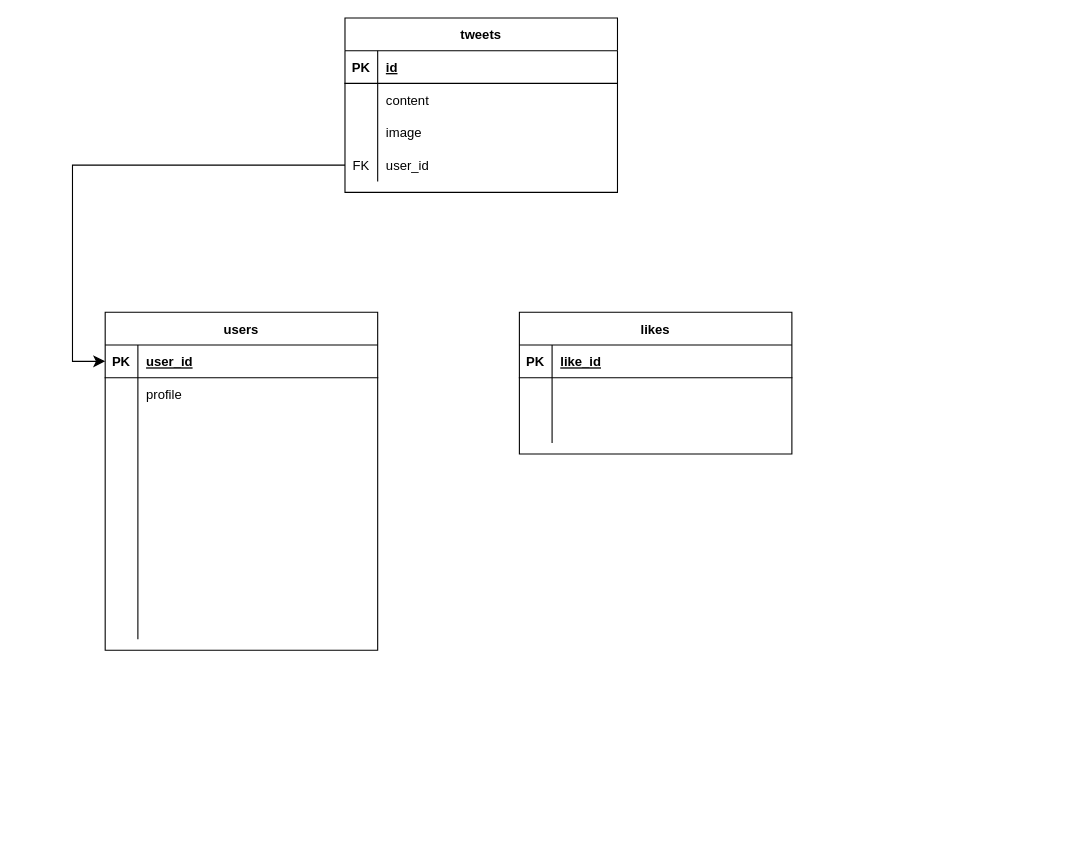
Before: tweet.drawio in Hanakus0/free_repo, a draw.io diagram. Source tidied: cells renumbered, new cells numbered last; positions are measured from the earlier drawing's top-left corner, leaving out a move shared by most shapes. Both pictures are drawn from the tidied source at 109%, with x=0, y=0 at pixel (72, 17).
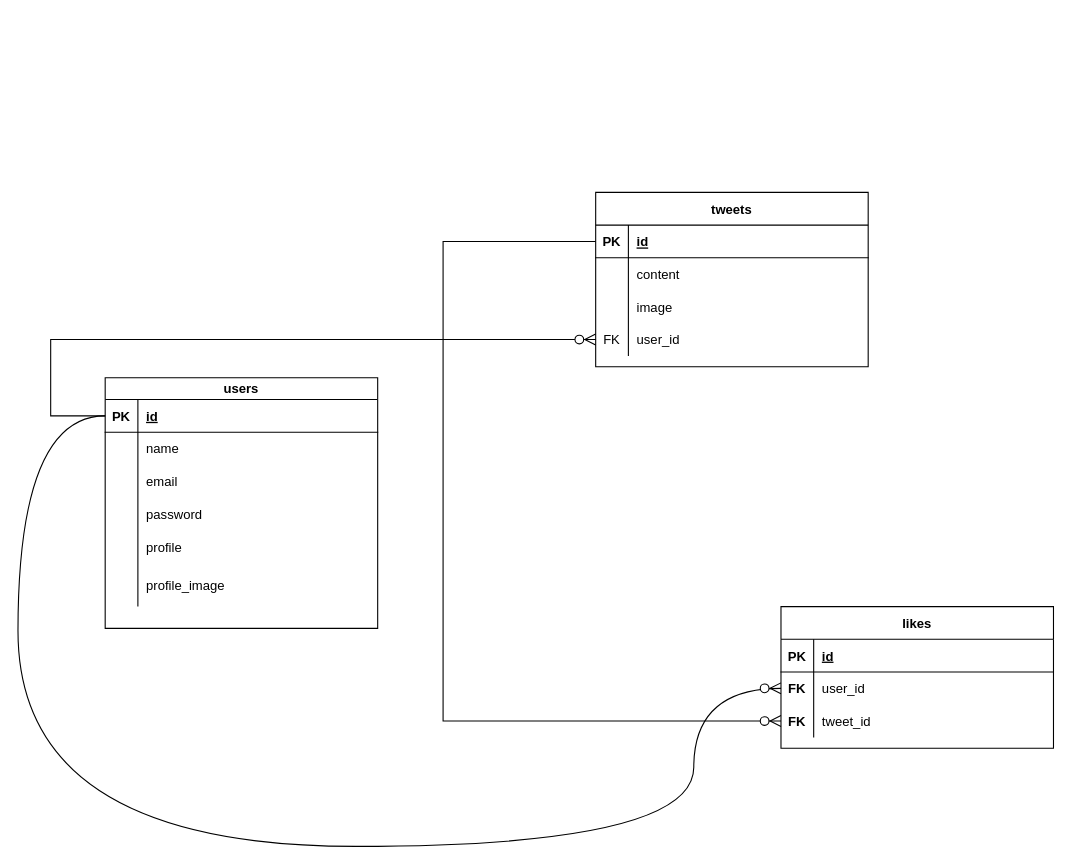
After the change.

Commit message (it also covers changes not shown here):
tweet.drawio を更新します

The change refers to these unchanged cells:
```xml
<mxCell id="3" style="shape=partialRectangle;fillColor=none;points=[[0,0.5],[1,0.5]];portConstraint=eastwest;top=0;left=0;right=0;bottom=1;" parent="2" vertex="1">
  <mxGeometry y="30" width="250" height="30" as="geometry" />
</mxCell>
<mxCell id="12" style="shape=partialRectangle;fillColor=none;points=[[0,0.5],[1,0.5]];portConstraint=eastwest;top=0;left=0;right=0;bottom=0;" parent="2" vertex="1">
  <mxGeometry y="120" width="250" height="30" as="geometry" />
</mxCell>
<mxCell id="44" style="shape=partialRectangle;fillColor=none;points=[[0,0.5],[1,0.5]];portConstraint=eastwest;top=0;left=0;right=0;bottom=1;" parent="43" vertex="1">
  <mxGeometry y="30" width="250" height="30" as="geometry" />
</mxCell>
<mxCell id="47" style="shape=partialRectangle;fillColor=none;points=[[0,0.5],[1,0.5]];portConstraint=eastwest;top=0;left=0;right=0;bottom=0;" parent="43" vertex="1">
  <mxGeometry y="60" width="250" height="30" as="geometry" />
</mxCell>
<mxCell id="50" style="shape=partialRectangle;fillColor=none;points=[[0,0.5],[1,0.5]];portConstraint=eastwest;top=0;left=0;right=0;bottom=0;" parent="43" vertex="1">
  <mxGeometry y="90" width="250" height="30" as="geometry" />
</mxCell>
```

The edit, as a diff of the source:
```diff
@@
     <mxCell id="2" value="tweets" style="shape=table;startSize=30;childLayout=tableLayout;rowLines=0;fontStyle=1;align=center;" parent="1" vertex="1">
-      <mxGeometry x="250" width="250" height="160" as="geometry" />
+      <mxGeometry x="480" y="160" width="250" height="160" as="geometry" />
     </mxCell>
@@
-    <mxCell id="15" value="users" style="shape=table;startSize=30;childLayout=tableLayout;rowLines=0;fontStyle=1;align=center;" parent="1" vertex="1">
-      <mxGeometry x="30" y="270" width="250" height="310" as="geometry" />
+    <mxCell id="15" value="users" style="shape=table;startSize=20;childLayout=tableLayout;rowLines=0;fontStyle=1;align=center;" parent="1" vertex="1">
+      <mxGeometry x="30" y="330" width="250" height="230" as="geometry" />
     </mxCell>
-    <mxCell id="16" style="shape=partialRectangle;fillColor=none;points=[[0,0.5],[1,0.5]];portConstraint=eastwest;top=0;left=0;right=0;bottom=1;" parent="15" vertex="1">
-      <mxGeometry y="30" width="250" height="30" as="geometry" />
-    </mxCell>
+    <mxCell id="55" style="shape=partialRectangle;fillColor=none;points=[[0,0.5],[1,0.5]];portConstraint=eastwest;top=0;left=0;right=0;bottom=1;" parent="15" vertex="1">
+      <mxGeometry y="20" width="250" height="30" as="geometry" />
+    </mxCell>
-    <mxCell id="17" value="PK" style="shape=partialRectangle;overflow=hidden;fillColor=none;top=0;left=0;bottom=0;right=0;fontStyle=1;" parent="16" vertex="1">
+    <mxCell id="17" value="PK" style="shape=partialRectangle;overflow=hidden;fillColor=none;top=0;left=0;bottom=0;right=0;fontStyle=1;" parent="55" vertex="1">
       <mxGeometry width="30" height="30" as="geometry" />
     </mxCell>
-    <mxCell id="18" value="user_id" style="shape=partialRectangle;overflow=hidden;fillColor=none;top=0;left=0;bottom=0;right=0;align=left;spacingLeft=6;fontStyle=5;" parent="16" vertex="1">
-      <mxGeometry x="30" width="220" height="30" as="geometry" />
-    </mxCell>
+    <mxCell id="56" value="id" style="shape=partialRectangle;overflow=hidden;fillColor=none;top=0;left=0;bottom=0;right=0;align=left;spacingLeft=6;fontStyle=5;" parent="55" vertex="1">
+      <mxGeometry x="30" width="220" height="30" as="geometry" />
+    </mxCell>
+    <mxCell id="57" style="shape=partialRectangle;fillColor=none;top=0;left=0;right=0;bottom=0;" parent="15" vertex="1">
+      <mxGeometry y="50" width="250" height="30" as="geometry" />
+    </mxCell>
+    <mxCell id="58" style="shape=partialRectangle;overflow=hidden;fillColor=none;top=0;left=0;bottom=0;right=0;" parent="57" vertex="1">
+      <mxGeometry width="30" height="30" as="geometry" />
+    </mxCell>
+    <mxCell id="59" value="name" style="shape=partialRectangle;overflow=hidden;fillColor=none;top=0;left=0;bottom=0;right=0;align=left;spacingLeft=6;" parent="57" vertex="1">
+      <mxGeometry x="30" width="220" height="30" as="geometry" />
+    </mxCell>
+    <mxCell id="60" style="shape=partialRectangle;fillColor=none;top=0;left=0;right=0;bottom=0;" parent="15" vertex="1">
+      <mxGeometry y="80" width="250" height="30" as="geometry" />
+    </mxCell>
+    <mxCell id="61" style="shape=partialRectangle;overflow=hidden;fillColor=none;top=0;left=0;bottom=0;right=0;" parent="60" vertex="1">
+      <mxGeometry width="30" height="30" as="geometry" />
+    </mxCell>
+    <mxCell id="62" value="email" style="shape=partialRectangle;overflow=hidden;fillColor=none;top=0;left=0;bottom=0;right=0;align=left;spacingLeft=6;" parent="60" vertex="1">
+      <mxGeometry x="30" width="220" height="30" as="geometry" />
+    </mxCell>
+    <mxCell id="63" style="shape=partialRectangle;fillColor=none;top=0;left=0;right=0;bottom=0;" parent="15" vertex="1">
+      <mxGeometry y="110" width="250" height="30" as="geometry" />
+    </mxCell>
+    <mxCell id="64" style="shape=partialRectangle;overflow=hidden;fillColor=none;top=0;left=0;bottom=0;right=0;" parent="63" vertex="1">
+      <mxGeometry width="30" height="30" as="geometry" />
+    </mxCell>
+    <mxCell id="65" value="password" style="shape=partialRectangle;overflow=hidden;fillColor=none;top=0;left=0;bottom=0;right=0;align=left;spacingLeft=6;" parent="63" vertex="1">
+      <mxGeometry x="30" width="220" height="30" as="geometry" />
+    </mxCell>
     <mxCell id="19" style="shape=partialRectangle;fillColor=none;top=0;left=0;right=0;bottom=0;" parent="15" vertex="1">
-      <mxGeometry y="60" width="250" height="30" as="geometry" />
+      <mxGeometry y="140" width="250" height="30" as="geometry" />
     </mxCell>
@@
     <mxCell id="22" style="shape=partialRectangle;fillColor=none;top=0;left=0;right=0;bottom=0;" parent="15" vertex="1">
-      <mxGeometry y="90" width="250" height="30" as="geometry" />
+      <mxGeometry y="170" width="250" height="40" as="geometry" />
     </mxCell>
     <mxCell id="23" style="shape=partialRectangle;overflow=hidden;fillColor=none;top=0;left=0;bottom=0;right=0;" parent="22" vertex="1">
-      <mxGeometry width="30" height="30" as="geometry" />
+      <mxGeometry width="30" height="40" as="geometry" />
     </mxCell>
-    <mxCell id="24" style="shape=partialRectangle;overflow=hidden;fillColor=none;top=0;left=0;bottom=0;right=0;align=left;spacingLeft=6;" parent="22" vertex="1">
-      <mxGeometry x="30" width="220" height="30" as="geometry" />
+    <mxCell id="24" value="profile_image" style="shape=partialRectangle;overflow=hidden;fillColor=none;top=0;left=0;bottom=0;right=0;align=left;spacingLeft=6;" parent="22" vertex="1">
+      <mxGeometry x="30" width="220" height="40" as="geometry" />
     </mxCell>
-    <mxCell id="25" style="shape=partialRectangle;fillColor=none;top=0;left=0;right=0;bottom=0;" parent="15" vertex="1">
-      <mxGeometry y="120" width="250" height="30" as="geometry" />
-    </mxCell>
-    <mxCell id="26" style="shape=partialRectangle;overflow=hidden;fillColor=none;top=0;left=0;bottom=0;right=0;" parent="25" vertex="1">
-      <mxGeometry width="30" height="30" as="geometry" />
-    </mxCell>
-    <mxCell id="27" style="shape=partialRectangle;overflow=hidden;fillColor=none;top=0;left=0;bottom=0;right=0;align=left;spacingLeft=6;" parent="25" vertex="1">
-      <mxGeometry x="30" width="220" height="30" as="geometry" />
-    </mxCell>
-    <mxCell id="28" style="shape=partialRectangle;fillColor=none;top=0;left=0;right=0;bottom=0;" parent="15" vertex="1">
-      <mxGeometry y="150" width="250" height="30" as="geometry" />
-    </mxCell>
-    <mxCell id="29" style="shape=partialRectangle;overflow=hidden;fillColor=none;top=0;left=0;bottom=0;right=0;" parent="28" vertex="1">
-      <mxGeometry width="30" height="30" as="geometry" />
-    </mxCell>
-    <mxCell id="30" style="shape=partialRectangle;overflow=hidden;fillColor=none;top=0;left=0;bottom=0;right=0;align=left;spacingLeft=6;" parent="28" vertex="1">
-      <mxGeometry x="30" width="220" height="30" as="geometry" />
-    </mxCell>
-    <mxCell id="31" style="shape=partialRectangle;fillColor=none;top=0;left=0;right=0;bottom=0;" parent="15" vertex="1">
-      <mxGeometry y="180" width="250" height="30" as="geometry" />
-    </mxCell>
-    <mxCell id="32" style="shape=partialRectangle;overflow=hidden;fillColor=none;top=0;left=0;bottom=0;right=0;" parent="31" vertex="1">
-      <mxGeometry width="30" height="30" as="geometry" />
-    </mxCell>
-    <mxCell id="33" style="shape=partialRectangle;overflow=hidden;fillColor=none;top=0;left=0;bottom=0;right=0;align=left;spacingLeft=6;" parent="31" vertex="1">
-      <mxGeometry x="30" width="220" height="30" as="geometry" />
-    </mxCell>
-    <mxCell id="34" style="shape=partialRectangle;fillColor=none;top=0;left=0;right=0;bottom=0;" parent="15" vertex="1">
-      <mxGeometry y="210" width="250" height="30" as="geometry" />
-    </mxCell>
-    <mxCell id="35" style="shape=partialRectangle;overflow=hidden;fillColor=none;top=0;left=0;bottom=0;right=0;" parent="34" vertex="1">
-      <mxGeometry width="30" height="30" as="geometry" />
-    </mxCell>
-    <mxCell id="36" style="shape=partialRectangle;overflow=hidden;fillColor=none;top=0;left=0;bottom=0;right=0;align=left;spacingLeft=6;" parent="34" vertex="1">
-      <mxGeometry x="30" width="220" height="30" as="geometry" />
-    </mxCell>
-    <mxCell id="37" style="shape=partialRectangle;fillColor=none;top=0;left=0;right=0;bottom=0;" parent="15" vertex="1">
-      <mxGeometry y="240" width="250" height="30" as="geometry" />
-    </mxCell>
-    <mxCell id="38" style="shape=partialRectangle;overflow=hidden;fillColor=none;top=0;left=0;bottom=0;right=0;" parent="37" vertex="1">
-      <mxGeometry width="30" height="30" as="geometry" />
-    </mxCell>
-    <mxCell id="39" style="shape=partialRectangle;overflow=hidden;fillColor=none;top=0;left=0;bottom=0;right=0;align=left;spacingLeft=6;" parent="37" vertex="1">
-      <mxGeometry x="30" width="220" height="30" as="geometry" />
-    </mxCell>
-    <mxCell id="40" style="shape=partialRectangle;fillColor=none;top=0;left=0;right=0;bottom=0;" parent="15" vertex="1">
-      <mxGeometry y="270" width="250" height="30" as="geometry" />
-    </mxCell>
-    <mxCell id="41" style="shape=partialRectangle;overflow=hidden;fillColor=none;top=0;left=0;bottom=0;right=0;" parent="40" vertex="1">
-      <mxGeometry width="30" height="30" as="geometry" />
-    </mxCell>
-    <mxCell id="42" style="shape=partialRectangle;overflow=hidden;fillColor=none;top=0;left=0;bottom=0;right=0;align=left;spacingLeft=6;" parent="40" vertex="1">
-      <mxGeometry x="30" width="220" height="30" as="geometry" />
-    </mxCell>
     <mxCell id="43" value="likes" style="shape=table;startSize=30;childLayout=tableLayout;rowLines=0;fontStyle=1;align=center;" parent="1" vertex="1">
-      <mxGeometry x="410" y="270" width="250" height="130" as="geometry" />
+      <mxGeometry x="650" y="540" width="250" height="130" as="geometry" />
     </mxCell>
@@
-    <mxCell id="46" value="like_id" style="shape=partialRectangle;overflow=hidden;fillColor=none;top=0;left=0;bottom=0;right=0;align=left;spacingLeft=6;fontStyle=5;" parent="44" vertex="1">
+    <mxCell id="46" value="id" style="shape=partialRectangle;overflow=hidden;fillColor=none;top=0;left=0;bottom=0;right=0;align=left;spacingLeft=6;fontStyle=5;" parent="44" vertex="1">
       <mxGeometry x="30" width="220" height="30" as="geometry" />
     </mxCell>
@@
-    <mxCell id="48" style="shape=partialRectangle;overflow=hidden;fillColor=none;top=0;left=0;bottom=0;right=0;" parent="47" vertex="1">
+    <mxCell id="48" value="FK" style="shape=partialRectangle;overflow=hidden;fillColor=none;top=0;left=0;bottom=0;right=0;fontStyle=1;" parent="47" vertex="1">
       <mxGeometry width="30" height="30" as="geometry" />
     </mxCell>
-    <mxCell id="49" style="shape=partialRectangle;overflow=hidden;fillColor=none;top=0;left=0;bottom=0;right=0;align=left;spacingLeft=6;" parent="47" vertex="1">
+    <mxCell id="49" value="user_id" style="shape=partialRectangle;overflow=hidden;fillColor=none;top=0;left=0;bottom=0;right=0;align=left;spacingLeft=6;" parent="47" vertex="1">
       <mxGeometry x="30" width="220" height="30" as="geometry" />
     </mxCell>
@@
-    <mxCell id="51" style="shape=partialRectangle;overflow=hidden;fillColor=none;top=0;left=0;bottom=0;right=0;" parent="50" vertex="1">
+    <mxCell id="51" value="FK" style="shape=partialRectangle;overflow=hidden;fillColor=none;top=0;left=0;bottom=0;right=0;fontStyle=1;" parent="50" vertex="1">
       <mxGeometry width="30" height="30" as="geometry" />
     </mxCell>
-    <mxCell id="52" style="shape=partialRectangle;overflow=hidden;fillColor=none;top=0;left=0;bottom=0;right=0;align=left;spacingLeft=6;" parent="50" vertex="1">
+    <mxCell id="52" value="tweet_id" style="shape=partialRectangle;overflow=hidden;fillColor=none;top=0;left=0;bottom=0;right=0;align=left;spacingLeft=6;" parent="50" vertex="1">
       <mxGeometry x="30" width="220" height="30" as="geometry" />
     </mxCell>
@@
-    <mxCell id="54" style="edgeStyle=elbowEdgeStyle;rounded=0;jettySize=auto;html=1;exitX=0;exitY=0.5;exitDx=0;exitDy=0;entryX=0;entryY=0.5;entryDx=0;entryDy=0;fontSize=12;startSize=8;endSize=8;" parent="1" edge="1" source="12" target="16">
-      <mxGeometry relative="1" as="geometry">
-        <Array as="points">
-          <mxPoint y="210" />
-        </Array>
-      </mxGeometry>
-    </mxCell>
+    <mxCell id="66" style="edgeStyle=elbowEdgeStyle;fontSize=12;html=1;endArrow=ERzeroToMany;endFill=1;rounded=0;startSize=8;endSize=8;exitX=0;exitY=0.5;exitDx=0;exitDy=0;entryX=0;entryY=0.5;entryDx=0;entryDy=0;" parent="1" edge="1" source="55" target="12">
+      <mxGeometry relative="1" as="geometry">
+        <Array as="points">
+          <mxPoint x="-20" y="210" />
+        </Array>
+      </mxGeometry>
+    </mxCell>
+    <mxCell id="67" style="edgeStyle=elbowEdgeStyle;fontSize=12;html=1;endArrow=ERzeroToMany;endFill=1;rounded=0;startSize=8;endSize=8;exitX=0;exitY=0.5;exitDx=0;exitDy=0;entryX=0;entryY=0.5;entryDx=0;entryDy=0;" parent="1" edge="1" source="3" target="50">
+      <mxGeometry relative="1" as="geometry">
+        <Array as="points">
+          <mxPoint x="340" y="210" />
+        </Array>
+      </mxGeometry>
+    </mxCell>
+    <mxCell id="68" style="edgeStyle=orthogonalEdgeStyle;fontSize=12;html=1;endArrow=ERzeroToMany;endFill=1;rounded=0;startSize=8;endSize=8;entryX=0;entryY=0.5;entryDx=0;entryDy=0;exitX=0;exitY=0.5;exitDx=0;exitDy=0;curved=1;" parent="1" edge="1" source="55" target="47">
+      <mxGeometry relative="1" as="geometry">
+        <Array as="points">
+          <mxPoint x="-50" y="365" />
+          <mxPoint x="-50" y="760" />
+          <mxPoint x="570" y="760" />
+        </Array>
+      </mxGeometry>
+    </mxCell>
```
